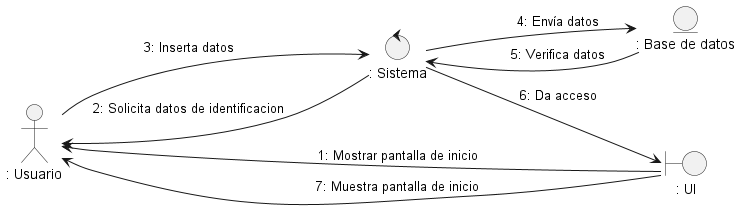
Above: docs/logicalView/analysisView/usecaseAnalysis/collaborationDiagram/image/uc2_login.png in Danfloca02/ProyectoFacUpdate (PlantUML), before the change.
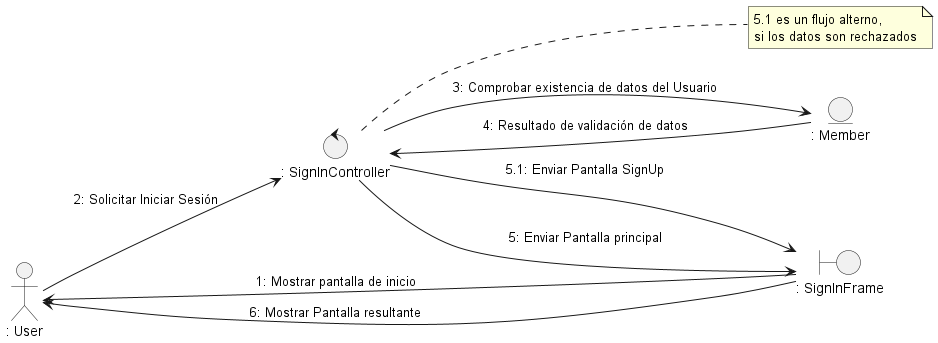
Later version of the same file.

Diff of the diagram source:
```diff
@@ -2,17 +2,22 @@
 
 left to right direction
 
-actor ": Usuario" as user
-boundary ": UI" as vis
-entity ": Base de datos" as mod
-control ": Sistema" as con
+actor ": User" as user
+boundary ": SignInFrame" as vis
+entity ": Member" as mod
+control ": SignInController" as con
+
+note right of con
+    5.1 es un flujo alterno,
+    si los datos son rechazados
+end note
 
 vis --> user : 1: Mostrar pantalla de inicio
-con --> user : 2: Solicita datos de identificacion
-user --> con : 3: Inserta datos
-con --> mod : 4: Envía datos
-mod --> con : 5: Verifica datos
-con --> vis : 6: Da acceso
-vis --> user : 7: Muestra pantalla de inicio
+user --> con : 2: Solicitar Iniciar Sesión
+con --> mod : 3: Comprobar existencia de datos del Usuario
+mod --> con : 4: Resultado de validación de datos
+con --> vis : 5: Enviar Pantalla principal
+con --> vis : 5.1: Enviar Pantalla SignUp
+vis --> user : 6: Mostrar Pantalla resultante
 
 @enduml
```
